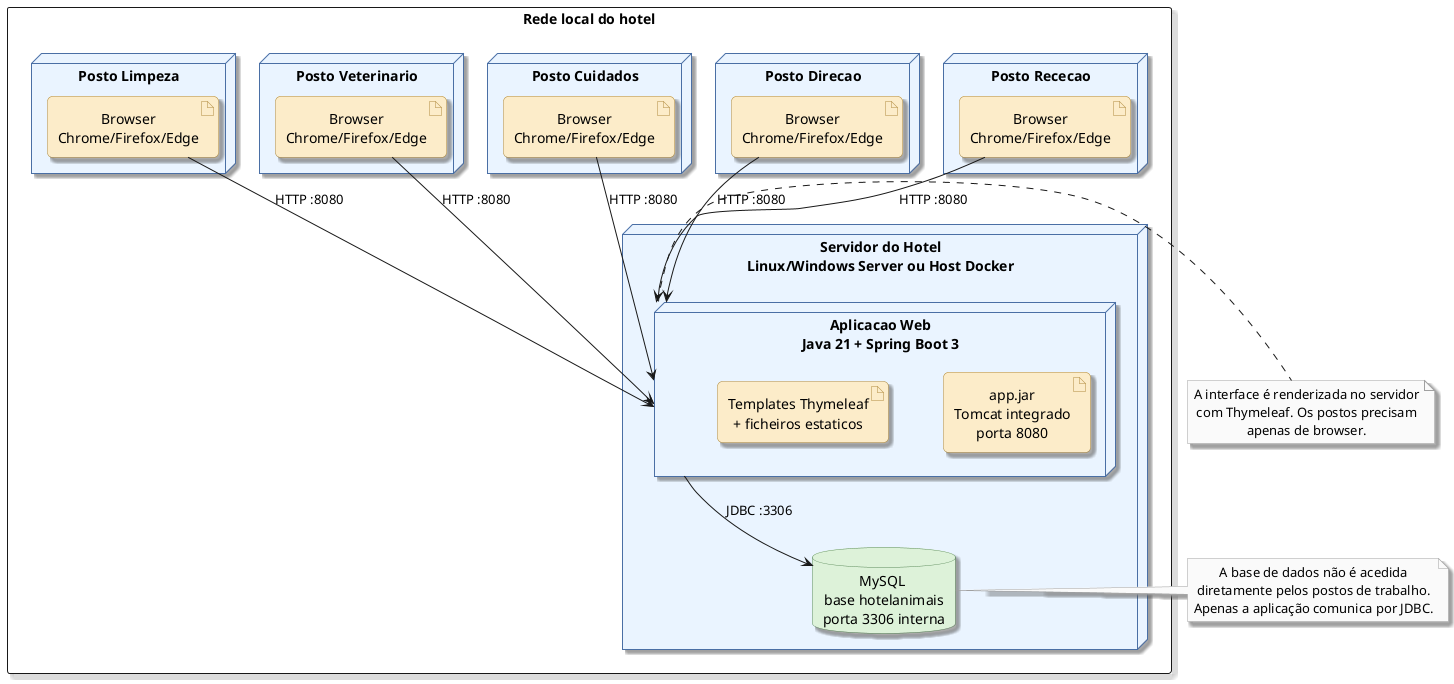
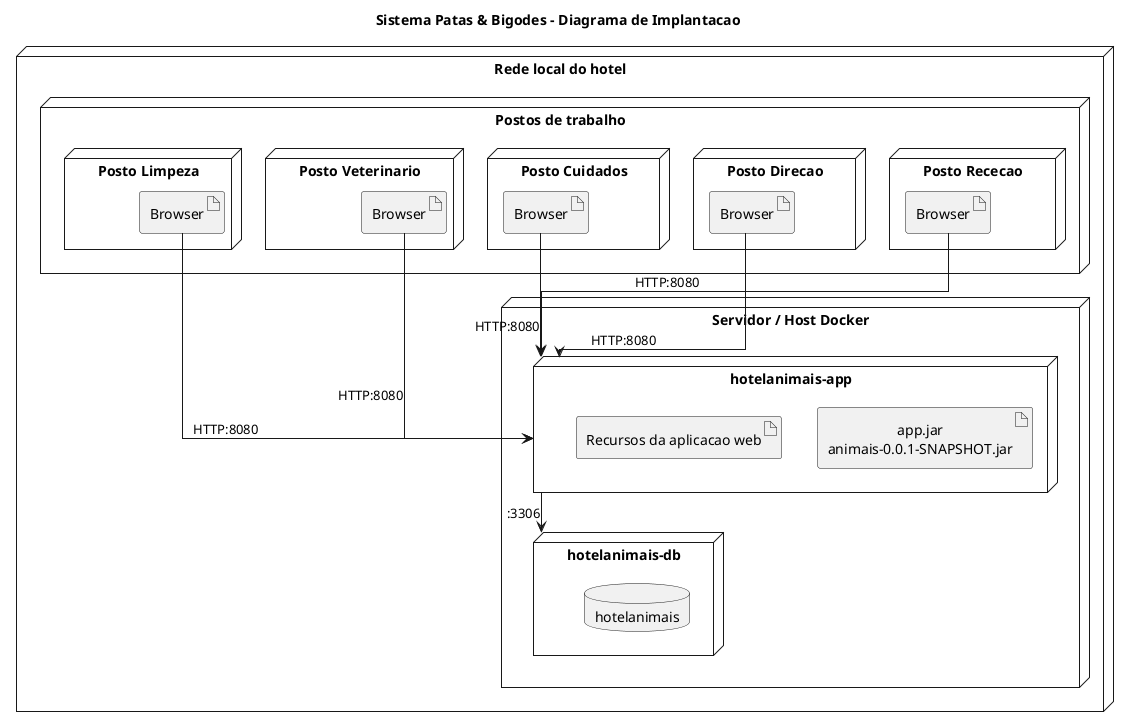
- @startuml deployment_view
+ @startuml
+ title Sistema Patas & Bigodes - Diagrama de Implantacao

+ skinparam style strictuml
+ skinparam shadowing false
+ skinparam linetype ortho
+ skinparam defaultTextAlignment center
+ skinparam backgroundColor white

top to bottom direction
- skinparam shadowing true
- skinparam defaultTextAlignment center
- skinparam nodesep 55
- skinparam ranksep 55

- skinparam node {
-   BackgroundColor #EAF4FF
-   BorderColor #4A6FA5
-   RoundCorner 16
- }
+ node "Rede local do hotel" as LAN {
+   node "Postos de trabalho" as Workstations {
+     node "Posto Rececao" as PostoRececao {
+       artifact "Browser" as BrowserRececao
+     }

- skinparam artifact {
-   BackgroundColor #FCECC9
-   BorderColor #B08B3E
-   RoundCorner 10
- }
+     node "Posto Direcao" as PostoDirecao {
+       artifact "Browser" as BrowserDirecao
+     }

- skinparam database {
-   BackgroundColor #DDF2D9
-   BorderColor #5B8A5A
- }
+     node "Posto Cuidados" as PostoCuidados {
+       artifact "Browser" as BrowserCuidados
+     }

- skinparam folder {
-   BackgroundColor #F7F7F7
-   BorderColor #9A9A9A
- }
+     node "Posto Veterinario" as PostoVeterinario {
+       artifact "Browser" as BrowserVeterinario
+     }

- skinparam note {
-   BackgroundColor #FAFAFA
-   BorderColor #A0A0A0
- }
- 
- rectangle "Rede local do hotel" as LAN {
- 
-   node "Posto Rececao" as WS_REC {
-     artifact "Browser\nChrome/Firefox/Edge" as B_REC
+     node "Posto Limpeza" as PostoLimpeza {
+       artifact "Browser" as BrowserLimpeza
+     }
  }

-   node "Posto Direcao" as WS_DIR {
-     artifact "Browser\nChrome/Firefox/Edge" as B_DIR
-   }
- 
-   node "Posto Cuidados" as WS_CUID {
-     artifact "Browser\nChrome/Firefox/Edge" as B_CUID
-   }
- 
-   node "Posto Veterinario" as WS_VET {
-     artifact "Browser\nChrome/Firefox/Edge" as B_VET
-   }
- 
-   node "Posto Limpeza" as WS_LIMP {
-     artifact "Browser\nChrome/Firefox/Edge" as B_LIMP
-   }
- 
-   node "Servidor do Hotel\nLinux/Windows Server ou Host Docker" as HOST {
- 
-     node "Aplicacao Web\nJava 21 + Spring Boot 3" as APP {
-       artifact "app.jar\nTomcat integrado\nporta 8080" as JAR
-       artifact "Templates Thymeleaf\n+ ficheiros estaticos" as TPL
+   node "Servidor / Host Docker" as Host {
+     node "hotelanimais-app" as AppContainer {
+       artifact "app.jar\nanimais-0.0.1-SNAPSHOT.jar" as AppJar
+       artifact "Recursos da aplicacao web" as WebArtifacts
    }

-     database "MySQL \nbase hotelanimais\nporta 3306 interna" as DB
+     node "hotelanimais-db" as DbContainer {
+       database "hotelanimais" as Db
+     }
  }
}

- B_REC --> APP : HTTP :8080
- B_DIR --> APP : HTTP :8080
- B_CUID --> APP : HTTP :8080
- B_VET --> APP : HTTP :8080
- B_LIMP --> APP : HTTP :8080
- 
- APP --> DB : JDBC :3306
- 
- note right of APP
-   A interface é renderizada no servidor
-   com Thymeleaf. Os postos precisam
-   apenas de browser.
- end note
- 
- note right of DB
-   A base de dados não é acedida
-   diretamente pelos postos de trabalho.
-   Apenas a aplicação comunica por JDBC.
- end note
- 
+ BrowserRececao --> AppContainer : HTTP:8080
+ BrowserDirecao --> AppContainer : HTTP:8080
+ BrowserCuidados --> AppContainer : HTTP:8080
+ BrowserVeterinario --> AppContainer : HTTP:8080
+ BrowserLimpeza --> AppContainer : HTTP:8080
+ AppContainer --> DbContainer : :3306

@enduml
